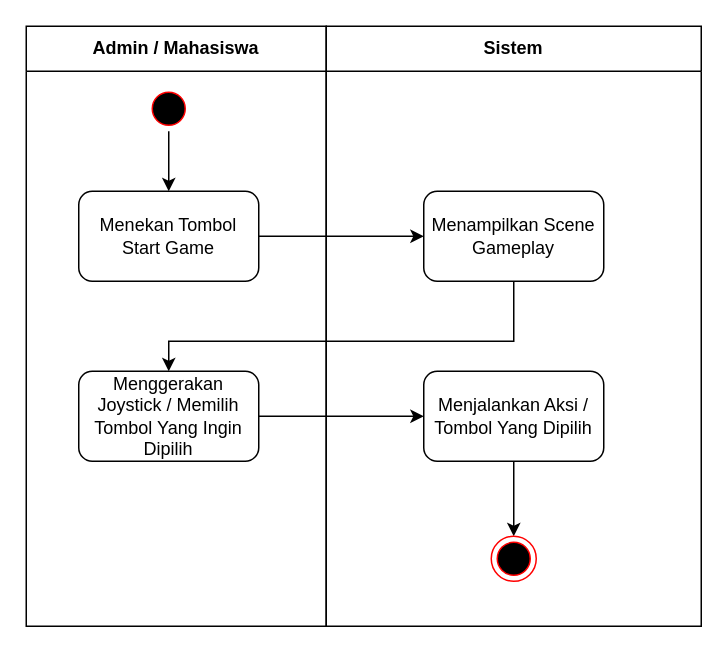
The draw.io diagram skripsi/skripsi/gambar/BAB III/Activity Diagram/Activity Diagram Start Game - Gameplay.drawio in hako-975/UNPAM-File, before the edit. Source tidied: cells renumbered, new cells numbered last; positions are measured from the earlier drawing's top-left corner, leaving out a move shared by most shapes. Both pictures are drawn from the tidied source at 150%, with x=0, y=0 at pixel (26, 26).
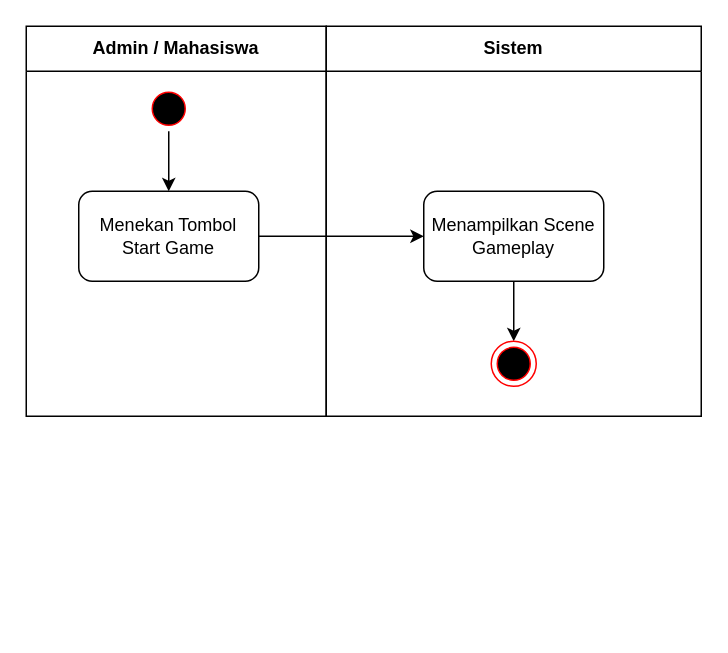
After the change.

What changed in the source:
```diff
@@
 <mxGraphModel>
   <root>
     <mxCell id="0" />
     <mxCell id="1" parent="0" />
     <mxCell id="2" value="Admin / Mahasiswa" style="swimlane;whiteSpace=wrap;html=1;startSize=30;" parent="1" vertex="1">
-      <mxGeometry width="200" height="400" as="geometry" />
+      <mxGeometry width="200" height="260" as="geometry" />
     </mxCell>
     <mxCell id="3" style="edgeStyle=orthogonalEdgeStyle;rounded=0;jettySize=auto;html=1;entryX=0.5;entryY=0;entryDx=0;entryDy=0;" parent="2" edge="1" source="4" target="5">
       <mxGeometry relative="1" as="geometry" />
     </mxCell>
     <mxCell id="4" style="ellipse;html=1;shape=startState;fillColor=#000000;strokeColor=#ff0000;" parent="2" vertex="1">
       <mxGeometry x="80" y="40" width="30" height="30" as="geometry" />
     </mxCell>
     <mxCell id="5" value="Menekan Tombol Start Game" style="whiteSpace=wrap;html=1;rounded=1;" parent="2" vertex="1">
       <mxGeometry x="35" y="110" width="120" height="60" as="geometry" />
     </mxCell>
-    <mxCell id="6" value="Menggerakan Joystick / Memilih Tombol Yang Ingin Dipilih" style="whiteSpace=wrap;html=1;rounded=1;" parent="2" vertex="1">
-      <mxGeometry x="35" y="230" width="120" height="60" as="geometry" />
-    </mxCell>
     <mxCell id="7" value="Sistem" style="swimlane;whiteSpace=wrap;html=1;startSize=30;" parent="1" vertex="1">
-      <mxGeometry x="200" width="250" height="400" as="geometry" />
+      <mxGeometry x="200" width="250" height="260" as="geometry" />
     </mxCell>
+    <mxCell id="15" style="edgeStyle=orthogonalEdgeStyle;rounded=0;jettySize=auto;html=1;entryX=0.5;entryY=0;entryDx=0;entryDy=0;" parent="7" edge="1" source="8" target="11">
+      <mxGeometry relative="1" as="geometry" />
+    </mxCell>
     <mxCell id="8" value="Menampilkan Scene Gameplay" style="whiteSpace=wrap;html=1;rounded=1;" parent="7" vertex="1">
       <mxGeometry x="65" y="110" width="120" height="60" as="geometry" />
     </mxCell>
-    <mxCell id="9" style="edgeStyle=orthogonalEdgeStyle;rounded=0;jettySize=auto;html=1;entryX=0.5;entryY=0;entryDx=0;entryDy=0;" parent="7" edge="1" source="10" target="11">
-      <mxGeometry relative="1" as="geometry" />
-    </mxCell>
-    <mxCell id="10" value="Menjalankan Aksi / Tombol Yang Dipilih" style="whiteSpace=wrap;html=1;rounded=1;" parent="7" vertex="1">
-      <mxGeometry x="65" y="230" width="120" height="60" as="geometry" />
-    </mxCell>
     <mxCell id="11" style="ellipse;html=1;shape=endState;fillColor=#000000;strokeColor=#ff0000;" parent="7" vertex="1">
-      <mxGeometry x="110" y="340" width="30" height="30" as="geometry" />
+      <mxGeometry x="110" y="210" width="30" height="30" as="geometry" />
     </mxCell>
     <mxCell id="12" style="edgeStyle=orthogonalEdgeStyle;rounded=0;jettySize=auto;html=1;exitX=1;exitY=0.5;exitDx=0;exitDy=0;entryX=0;entryY=0.5;entryDx=0;entryDy=0;" parent="1" edge="1" source="5" target="8">
       <mxGeometry relative="1" as="geometry" />
     </mxCell>
-    <mxCell id="13" style="edgeStyle=orthogonalEdgeStyle;rounded=0;jettySize=auto;html=1;entryX=0.5;entryY=0;entryDx=0;entryDy=0;exitX=0.5;exitY=1;exitDx=0;exitDy=0;" parent="1" edge="1" source="8" target="6">
-      <mxGeometry relative="1" as="geometry">
-        <Array as="points">
-          <mxPoint x="325" y="210" />
-          <mxPoint x="95" y="210" />
-        </Array>
-      </mxGeometry>
-    </mxCell>
-    <mxCell id="14" style="edgeStyle=orthogonalEdgeStyle;rounded=0;jettySize=auto;html=1;entryX=0;entryY=0.5;entryDx=0;entryDy=0;" parent="1" edge="1" source="6" target="10">
-      <mxGeometry relative="1" as="geometry" />
-    </mxCell>
   </root>
 </mxGraphModel>
```
